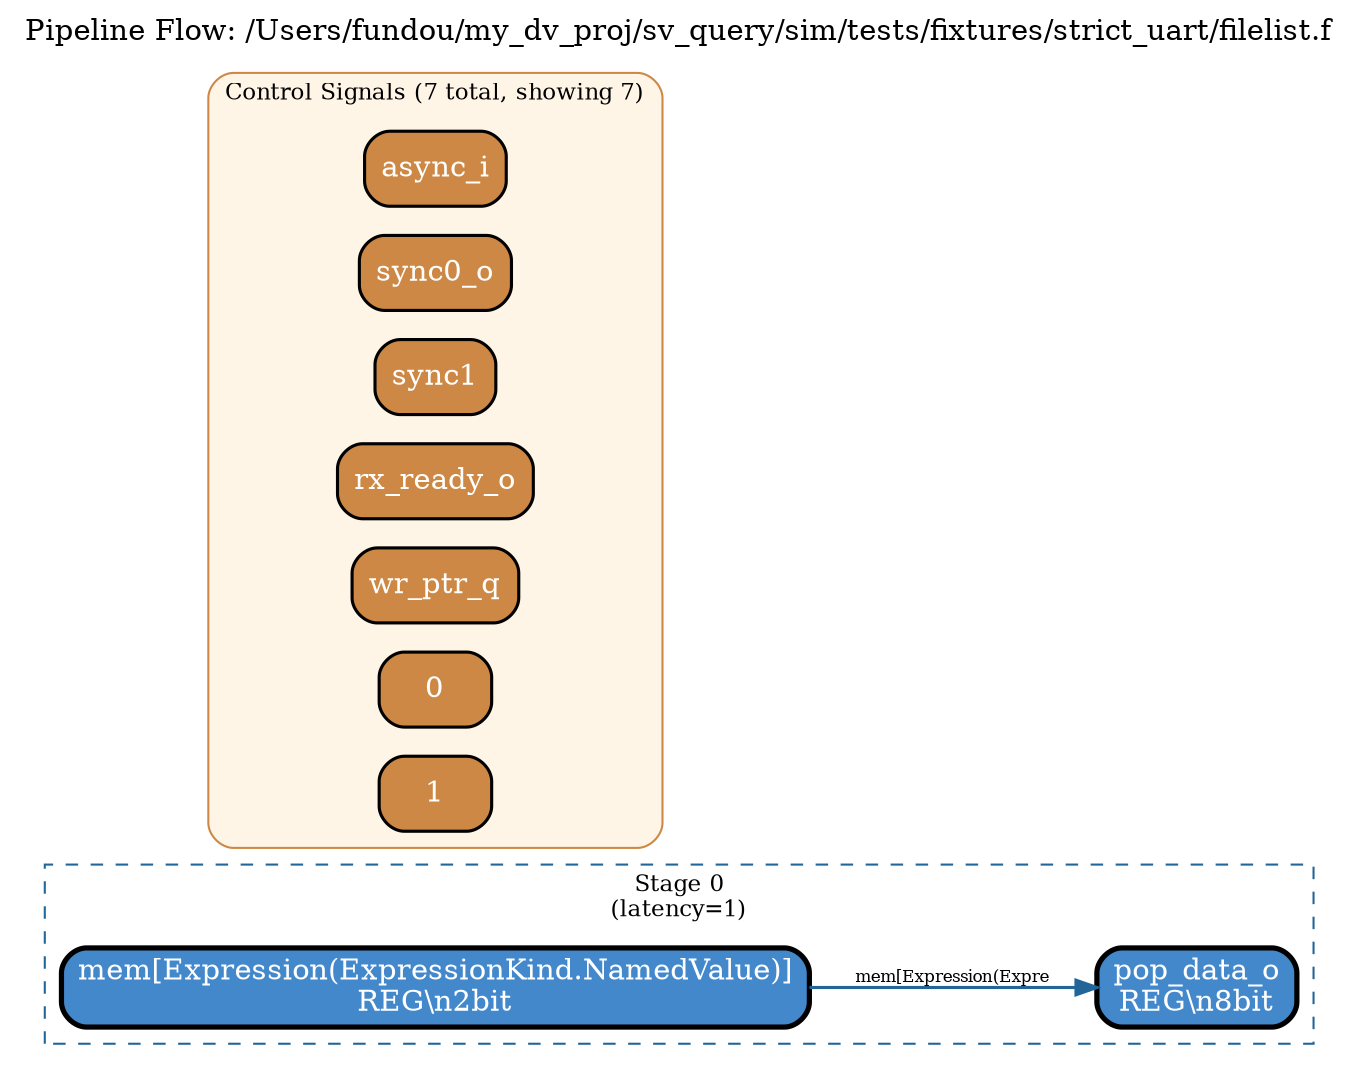
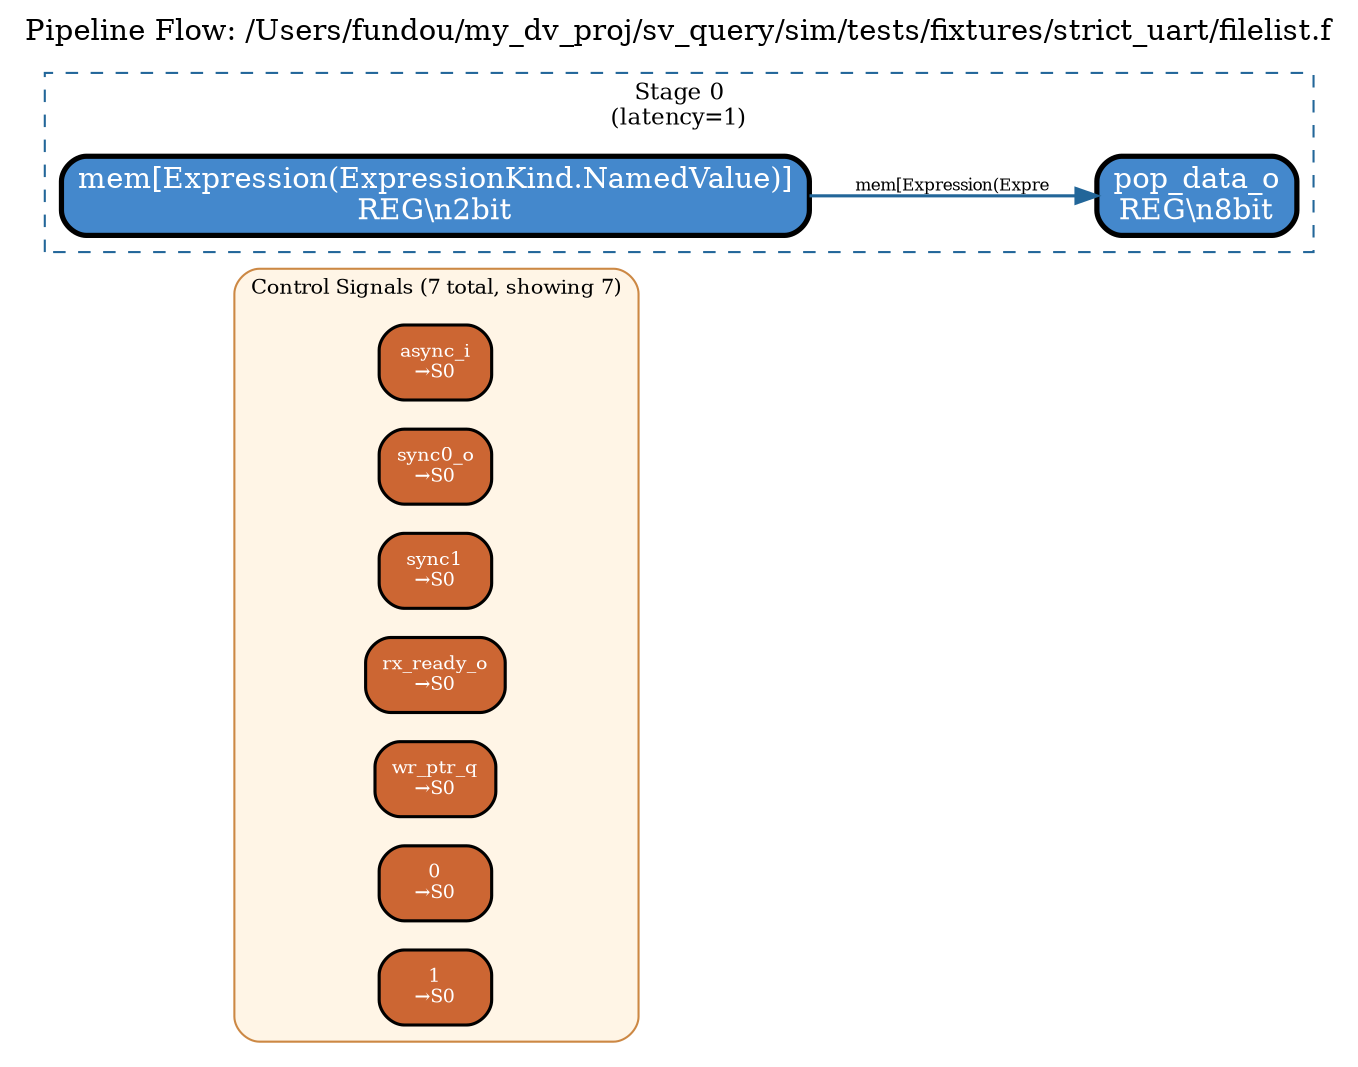
digraph pipeline {
  rankdir=LR;
  label="Pipeline Flow: /Users/fundou/my_dv_proj/sv_query/sim/tests/fixtures/strict_uart/filelist.f";
  labelloc=t;
  fontsize=14;
  ranksep=0.6;
  nodesep=0.2;
  splines=polyline;

  // 2 pipeline regs, 2 control regs
  // 3 state regs, 2 stages
+ 
+   // === Control signals header row (top, color-coded by target stage) ===
+   subgraph cluster_control_header {
+     label="Control Signals (7 total, showing 7)";
+     style="rounded,filled";
+     fillcolor="#fff5e6";
+     color="#cc8844";
+     fontsize=10;
+     rank=min;
+     "synchronizer.async_i" [label="async_i\n→S0" shape=box style="rounded,filled" fillcolor="#cc6633" fontcolor="white" penwidth=1.5 fontsize=9];
+     "synchronizer.sync0_o" [label="sync0_o\n→S0" shape=box style="rounded,filled" fillcolor="#cc6633" fontcolor="white" penwidth=1.5 fontsize=9];
+     "synchronizer.sync1" [label="sync1\n→S0" shape=box style="rounded,filled" fillcolor="#cc6633" fontcolor="white" penwidth=1.5 fontsize=9];
+     "uart_top.rx_ready_o" [label="rx_ready_o\n→S0" shape=box style="rounded,filled" fillcolor="#cc6633" fontcolor="white" penwidth=1.5 fontsize=9];
+     "sync_fifo.wr_ptr_q" [label="wr_ptr_q\n→S0" shape=box style="rounded,filled" fillcolor="#cc6633" fontcolor="white" penwidth=1.5 fontsize=9];
+     "0" [label="0\n→S0" shape=box style="rounded,filled" fillcolor="#cc6633" fontcolor="white" penwidth=1.5 fontsize=9];
+     "1" [label="1\n→S0" shape=box style="rounded,filled" fillcolor="#cc6633" fontcolor="white" penwidth=1.5 fontsize=9];
+   }

  subgraph cluster_stage0 {
    label="Stage 0\n(latency=1)";
    style=dashed;
    color="#226699";
    fontsize=11;
    "sync_fifo.mem[Expression(ExpressionKind.NamedValue)]" [label="mem[Expression(ExpressionKind.NamedValue)]\nREG\\n2bit" shape=box style="rounded,filled" fillcolor="#4488cc" fontcolor="white" penwidth=2.5];
    "sync_fifo.pop_data_o" [label="pop_data_o\
8bit" shape=box style="rounded,filled" fillcolor="#88bbdd" fontcolor="white" penwidth=1];
  }

  subgraph cluster_stage1 {
    label="Stage 1\n(latency=1)";
    style=dashed;
    color="#226699";
    fontsize=11;
    "sync_fifo.pop_data_o" [label="pop_data_o\nREG\\n8bit" shape=box style="rounded,filled" fillcolor="#4488cc" fontcolor="white" penwidth=2.5];
  }

-   // === Control signals (valid/ready/stall, across stages) ===
-   subgraph cluster_controls {
-     label="Control Signals (7 total, showing 7)";
-     style="rounded,filled";
-     fillcolor="#fff5e6";
-     color="#cc8844";
-     fontsize=11;
-     "synchronizer.async_i" [label="async_i" shape=box style="rounded,filled" fillcolor="#cc8844" fontcolor="white" penwidth=1.5];
-     "synchronizer.sync0_o" [label="sync0_o" shape=box style="rounded,filled" fillcolor="#cc8844" fontcolor="white" penwidth=1.5];
-     "synchronizer.sync1" [label="sync1" shape=box style="rounded,filled" fillcolor="#cc8844" fontcolor="white" penwidth=1.5];
-     "uart_top.rx_ready_o" [label="rx_ready_o" shape=box style="rounded,filled" fillcolor="#cc8844" fontcolor="white" penwidth=1.5];
-     "sync_fifo.wr_ptr_q" [label="wr_ptr_q" shape=box style="rounded,filled" fillcolor="#cc8844" fontcolor="white" penwidth=1.5];
-     "0" [label="0" shape=box style="rounded,filled" fillcolor="#cc8844" fontcolor="white" penwidth=1.5];
-     "1" [label="1" shape=box style="rounded,filled" fillcolor="#cc8844" fontcolor="white" penwidth=1.5];
-   }
- 
  // === Data edges (stage → stage) ===
  "sync_fifo.mem[Expression(ExpressionKind.NamedValue)]" -> "sync_fifo.pop_data_o" [color="#226699" penwidth=1.5 label="mem[Expression(Expre" fontsize=8];

-   // === Control edges (dashed) ===
+   // === Control edges (dashed, color-matched to target stage) ===
}